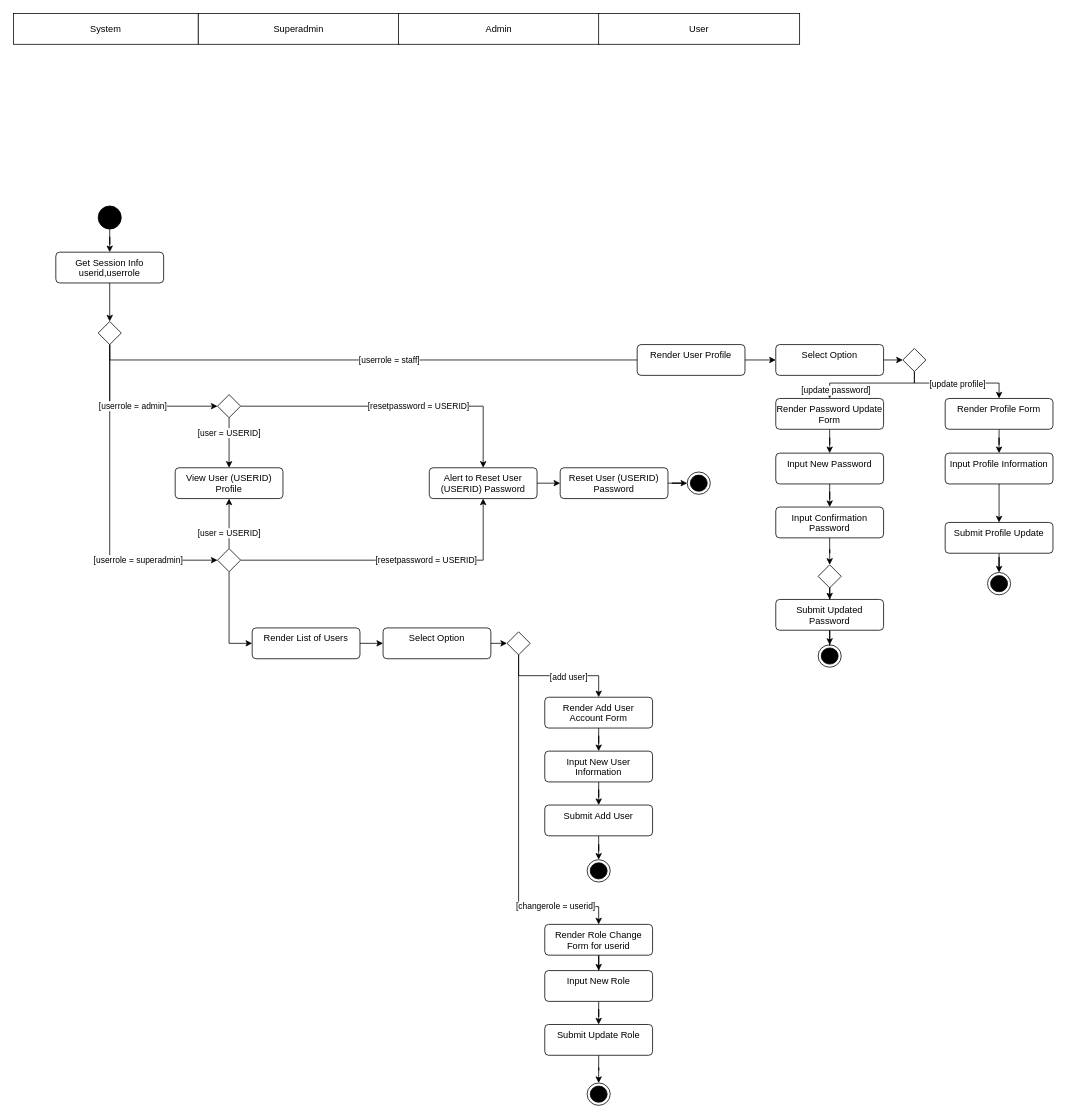
This is page "user" (3 of 6) of design/activitydiagram.drawio from darwishzain/pinjaman-aset, a draw.io file, before an edit. Source tidied: cells renumbered, new cells numbered last; positions are measured from the earlier drawing's top-left corner, leaving out a move shared by most shapes. Both pictures are drawn from the tidied source at 77%, with x=0, y=0 at pixel (13, 13).
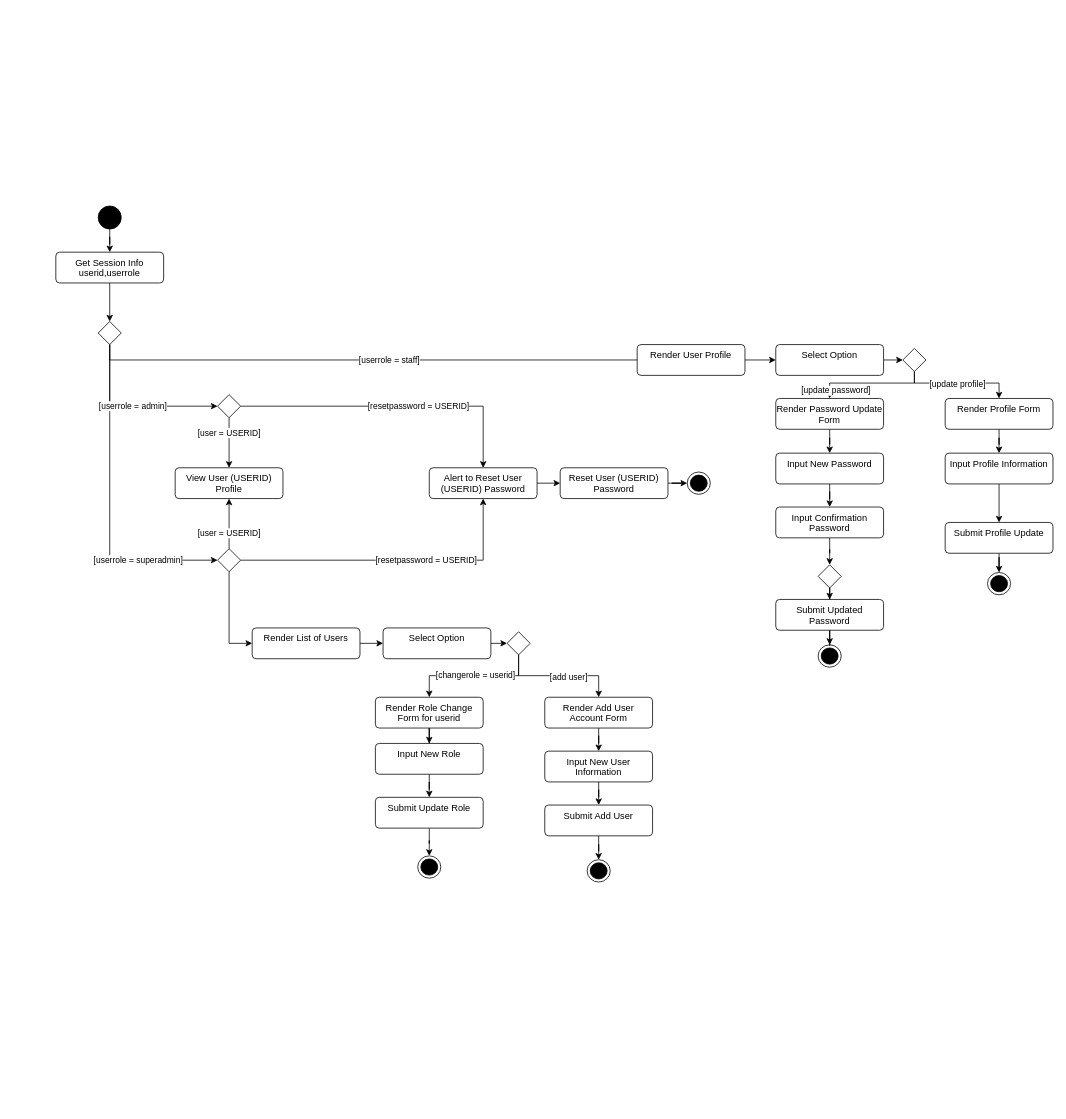
The same page after the edit.

Unchanged cells that the change refers to:
```xml
<mxCell id="28" style="rhombus;" parent="1" vertex="1">
  <mxGeometry x="641" y="803" width="30" height="30" as="geometry" />
</mxCell>
```

Diff of the diagram source:
```diff
@@
     <mxCell id="14" value="Render Role Change Form for userid" style="html=1;align=center;verticalAlign=top;rounded=1;absoluteArcSize=1;arcSize=10;dashed=0;whiteSpace=wrap;" parent="1" vertex="1">
-      <mxGeometry x="690" y="1183" width="140" height="40" as="geometry" />
+      <mxGeometry x="470" y="888" width="140" height="40" as="geometry" />
     </mxCell>
-    <mxCell id="15" value="System" style="rounded=0;whiteSpace=wrap;html=1;" parent="1" vertex="1">
-      <mxGeometry width="240" height="40" as="geometry" />
-    </mxCell>
-    <mxCell id="16" value="Superadmin" style="rounded=0;whiteSpace=wrap;html=1;" parent="1" vertex="1">
-      <mxGeometry x="240" width="261" height="40" as="geometry" />
-    </mxCell>
-    <mxCell id="17" value="Admin" style="rounded=0;whiteSpace=wrap;html=1;" parent="1" vertex="1">
-      <mxGeometry x="500" width="261" height="40" as="geometry" />
-    </mxCell>
-    <mxCell id="18" value="User" style="rounded=0;whiteSpace=wrap;html=1;" parent="1" vertex="1">
-      <mxGeometry x="760" width="261" height="40" as="geometry" />
-    </mxCell>
@@
     <mxCell id="26" value="[changerole = userid]" style="edgeStyle=orthogonalEdgeStyle;rounded=0;jettySize=auto;html=1;entryX=0.5;entryY=0;entryDx=0;entryDy=0;exitX=0.5;exitY=1;exitDx=0;exitDy=0;" parent="1" edge="1" source="28" target="14">
-      <mxGeometry x="0.65" relative="1" as="geometry">
+      <mxGeometry x="-0.03" relative="1" as="geometry">
         <Array as="points">
-          <mxPoint x="656" y="1160" />
-          <mxPoint x="760" y="1160" />
+          <mxPoint x="656" y="860" />
+          <mxPoint x="540" y="860" />
         </Array>
       </mxGeometry>
     </mxCell>
@@
     <mxCell id="70" value="Input New Role" style="html=1;align=center;verticalAlign=top;rounded=1;absoluteArcSize=1;arcSize=10;dashed=0;whiteSpace=wrap;" parent="1" vertex="1">
-      <mxGeometry x="690" y="1243" width="140" height="40" as="geometry" />
+      <mxGeometry x="470" y="948" width="140" height="40" as="geometry" />
     </mxCell>
@@
     <mxCell id="72" value="Submit Update Role" style="html=1;align=center;verticalAlign=top;rounded=1;absoluteArcSize=1;arcSize=10;dashed=0;whiteSpace=wrap;" parent="1" vertex="1">
-      <mxGeometry x="690" y="1313" width="140" height="40" as="geometry" />
+      <mxGeometry x="470" y="1018" width="140" height="40" as="geometry" />
     </mxCell>
     <mxCell id="73" style="ellipse;html=1;shape=endState;fillColor=strokeColor;" parent="1" vertex="1">
-      <mxGeometry x="745" y="1389" width="30" height="29" as="geometry" />
+      <mxGeometry x="525" y="1094" width="30" height="29" as="geometry" />
     </mxCell>
```
